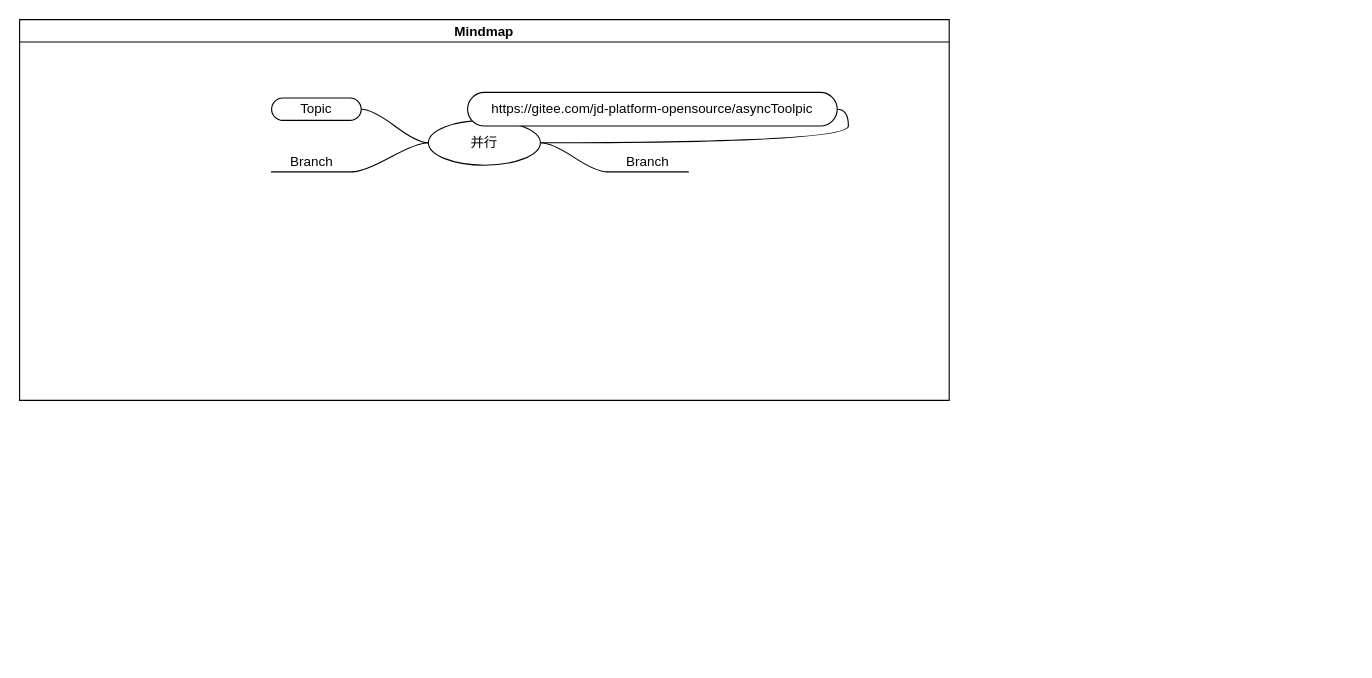
The draw.io diagram draw/多线程.drawio in yaniv-walker/note_images, before the edit. Source tidied: cells renumbered, new cells numbered last; positions are measured from the earlier drawing's top-left corner, leaving out a move shared by most shapes. Both pictures are drawn from the tidied source at 112%, with x=0, y=0 at pixel (19, 19).
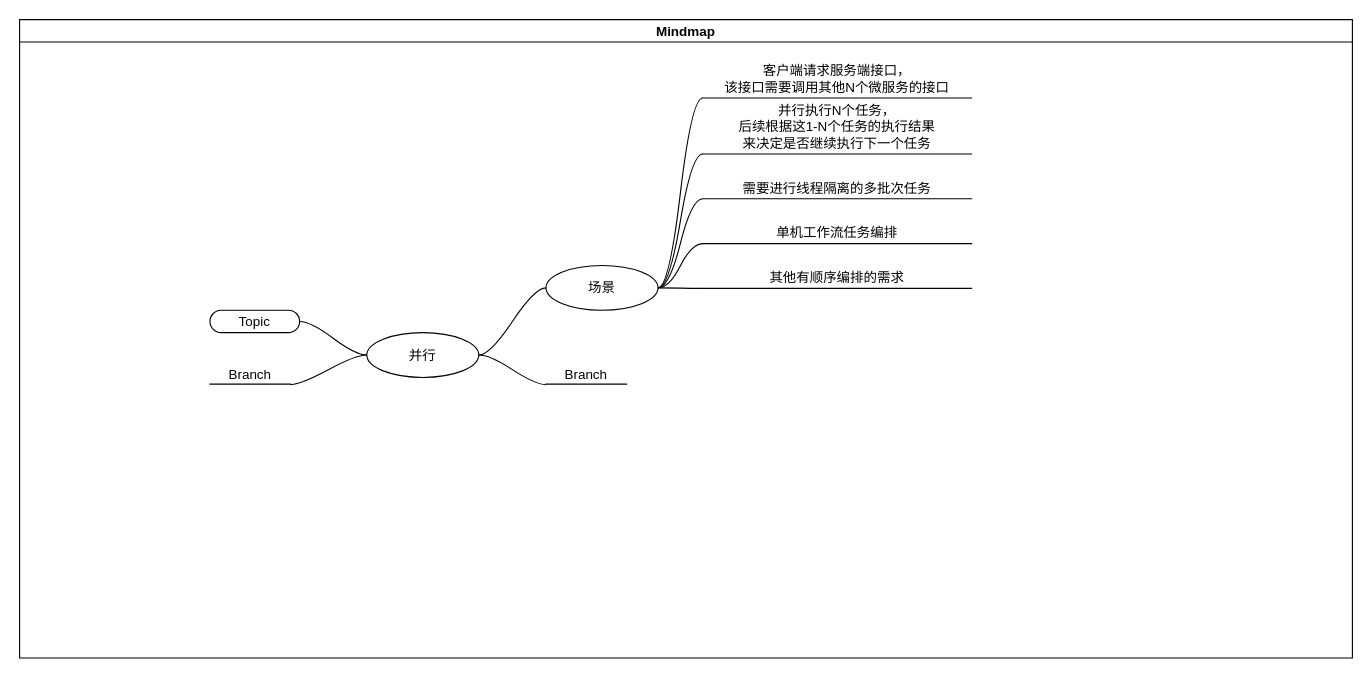
After the change.

Commit message:
更新多线程.drawio

What changed in the source:
```diff
@@
     <mxCell id="2" value="Mindmap" style="swimlane;startSize=20;horizontal=1;containerType=tree;" parent="1" vertex="1">
-      <mxGeometry width="830" height="340" as="geometry" />
+      <mxGeometry width="1190" height="570" as="geometry" />
     </mxCell>
-    <mxCell id="3" style="edgeStyle=entityRelationEdgeStyle;startArrow=none;endArrow=none;segment=10;curved=1;sourcePerimeterSpacing=0;targetPerimeterSpacing=0;rounded=0;" parent="2" edge="1" source="7" target="8">
-      <mxGeometry relative="1" as="geometry" />
-    </mxCell>
@@
     <mxCell id="7" value="并行" style="ellipse;whiteSpace=wrap;html=1;align=center;newEdgeStyle={&quot;edgeStyle&quot;:&quot;entityRelationEdgeStyle&quot;,&quot;startArrow&quot;:&quot;none&quot;,&quot;endArrow&quot;:&quot;none&quot;,&quot;segment&quot;:10,&quot;curved&quot;:1,&quot;sourcePerimeterSpacing&quot;:0,&quot;targetPerimeterSpacing&quot;:0};" parent="2" vertex="1">
-      <mxGeometry x="365" y="90" width="100" height="40" as="geometry" />
+      <mxGeometry x="310" y="279.5" width="100" height="40" as="geometry" />
     </mxCell>
-    <mxCell id="8" value="https://gitee.com/jd-platform-opensource/asyncToolpic" style="whiteSpace=wrap;html=1;rounded=1;arcSize=50;align=center;verticalAlign=middle;strokeWidth=1;spacing=4;newEdgeStyle={&quot;edgeStyle&quot;:&quot;entityRelationEdgeStyle&quot;,&quot;startArrow&quot;:&quot;none&quot;,&quot;endArrow&quot;:&quot;none&quot;,&quot;segment&quot;:10,&quot;curved&quot;:1,&quot;sourcePerimeterSpacing&quot;:0,&quot;targetPerimeterSpacing&quot;:0};" parent="2" vertex="1">
-      <mxGeometry x="400" y="65" width="330" height="30" as="geometry" />
-    </mxCell>
     <mxCell id="9" value="Branch" style="whiteSpace=wrap;html=1;shape=partialRectangle;top=0;left=0;bottom=1;right=0;points=[[0,1],[1,1]];fillColor=none;align=center;verticalAlign=bottom;routingCenterY=0.5;snapToPoint=1;newEdgeStyle={&quot;edgeStyle&quot;:&quot;entityRelationEdgeStyle&quot;,&quot;startArrow&quot;:&quot;none&quot;,&quot;endArrow&quot;:&quot;none&quot;,&quot;segment&quot;:10,&quot;curved&quot;:1,&quot;sourcePerimeterSpacing&quot;:0,&quot;targetPerimeterSpacing&quot;:0};" parent="2" vertex="1">
-      <mxGeometry x="525" y="110" width="72" height="26" as="geometry" />
+      <mxGeometry x="470" y="299.5" width="72" height="26" as="geometry" />
     </mxCell>
     <mxCell id="10" value="Topic" style="whiteSpace=wrap;html=1;rounded=1;arcSize=50;align=center;verticalAlign=middle;strokeWidth=1;spacing=4;newEdgeStyle={&quot;edgeStyle&quot;:&quot;entityRelationEdgeStyle&quot;,&quot;startArrow&quot;:&quot;none&quot;,&quot;endArrow&quot;:&quot;none&quot;,&quot;segment&quot;:10,&quot;curved&quot;:1,&quot;sourcePerimeterSpacing&quot;:0,&quot;targetPerimeterSpacing&quot;:0};" parent="2" vertex="1">
-      <mxGeometry x="225" y="70" width="80" height="20" as="geometry" />
+      <mxGeometry x="170" y="259.5" width="80" height="20" as="geometry" />
     </mxCell>
     <mxCell id="11" value="Branch" style="whiteSpace=wrap;html=1;shape=partialRectangle;top=0;left=0;bottom=1;right=0;points=[[0,1],[1,1]];fillColor=none;align=center;verticalAlign=bottom;routingCenterY=0.5;snapToPoint=1;newEdgeStyle={&quot;edgeStyle&quot;:&quot;entityRelationEdgeStyle&quot;,&quot;startArrow&quot;:&quot;none&quot;,&quot;endArrow&quot;:&quot;none&quot;,&quot;segment&quot;:10,&quot;curved&quot;:1,&quot;sourcePerimeterSpacing&quot;:0,&quot;targetPerimeterSpacing&quot;:0};" parent="2" vertex="1">
-      <mxGeometry x="225" y="110" width="72" height="26" as="geometry" />
+      <mxGeometry x="170" y="299.5" width="72" height="26" as="geometry" />
     </mxCell>
+    <mxCell id="12" style="edgeStyle=entityRelationEdgeStyle;rounded=0;jettySize=auto;html=1;startArrow=none;endArrow=none;segment=10;curved=1;sourcePerimeterSpacing=0;targetPerimeterSpacing=0;" parent="2" edge="1" source="7" target="13">
+      <mxGeometry relative="1" as="geometry" />
+    </mxCell>
+    <mxCell id="13" value="场景" style="ellipse;whiteSpace=wrap;html=1;align=center;newEdgeStyle={&quot;edgeStyle&quot;:&quot;entityRelationEdgeStyle&quot;,&quot;startArrow&quot;:&quot;none&quot;,&quot;endArrow&quot;:&quot;none&quot;,&quot;segment&quot;:10,&quot;curved&quot;:1,&quot;sourcePerimeterSpacing&quot;:0,&quot;targetPerimeterSpacing&quot;:0};" parent="2" vertex="1">
+      <mxGeometry x="470" y="219.5" width="100" height="40" as="geometry" />
+    </mxCell>
+    <mxCell id="14" value="客户端请求服务端接口，&lt;br style=&quot;border-color: var(--border-color);&quot;&gt;该接口需要调用其他N个微服务的接口" style="whiteSpace=wrap;html=1;shape=partialRectangle;top=0;left=0;bottom=1;right=0;points=[[0,1],[1,1]];fillColor=none;align=center;verticalAlign=bottom;routingCenterY=0.5;snapToPoint=1;newEdgeStyle={&quot;edgeStyle&quot;:&quot;entityRelationEdgeStyle&quot;,&quot;startArrow&quot;:&quot;none&quot;,&quot;endArrow&quot;:&quot;none&quot;,&quot;segment&quot;:10,&quot;curved&quot;:1,&quot;sourcePerimeterSpacing&quot;:0,&quot;targetPerimeterSpacing&quot;:0};" parent="2" vertex="1">
+      <mxGeometry x="610" y="30" width="240" height="40" as="geometry" />
+    </mxCell>
+    <mxCell id="15" style="edgeStyle=entityRelationEdgeStyle;startArrow=none;endArrow=none;segment=10;curved=1;sourcePerimeterSpacing=0;targetPerimeterSpacing=0;rounded=0;" parent="2" edge="1" source="13" target="14">
+      <mxGeometry x="622" y="145" as="geometry" />
+    </mxCell>
+    <mxCell id="16" style="edgeStyle=entityRelationEdgeStyle;startArrow=none;endArrow=none;segment=10;curved=1;sourcePerimeterSpacing=0;targetPerimeterSpacing=0;rounded=0;" parent="2" edge="1" source="13" target="17">
+      <mxGeometry x="622" y="145" as="geometry" />
+    </mxCell>
+    <mxCell id="17" value="并行执行N个任务，&lt;br style=&quot;border-color: var(--border-color);&quot;&gt;后续根据这1-N个任务的执行结果&lt;br style=&quot;border-color: var(--border-color);&quot;&gt;来决定是否继续执行下一个任务" style="whiteSpace=wrap;html=1;shape=partialRectangle;top=0;left=0;bottom=1;right=0;points=[[0,1],[1,1]];fillColor=none;align=center;verticalAlign=bottom;routingCenterY=0.5;snapToPoint=1;newEdgeStyle={&quot;edgeStyle&quot;:&quot;entityRelationEdgeStyle&quot;,&quot;startArrow&quot;:&quot;none&quot;,&quot;endArrow&quot;:&quot;none&quot;,&quot;segment&quot;:10,&quot;curved&quot;:1,&quot;sourcePerimeterSpacing&quot;:0,&quot;targetPerimeterSpacing&quot;:0};" parent="2" vertex="1">
+      <mxGeometry x="610" y="60" width="240" height="60" as="geometry" />
+    </mxCell>
+    <mxCell id="18" style="edgeStyle=entityRelationEdgeStyle;startArrow=none;endArrow=none;segment=10;curved=1;sourcePerimeterSpacing=0;targetPerimeterSpacing=0;rounded=0;" parent="2" edge="1" source="13" target="19">
+      <mxGeometry x="622" y="145" as="geometry" />
+    </mxCell>
+    <mxCell id="19" value="需要进行线程隔离的多批次任务" style="whiteSpace=wrap;html=1;shape=partialRectangle;top=0;left=0;bottom=1;right=0;points=[[0,1],[1,1]];fillColor=none;align=center;verticalAlign=bottom;routingCenterY=0.5;snapToPoint=1;newEdgeStyle={&quot;edgeStyle&quot;:&quot;entityRelationEdgeStyle&quot;,&quot;startArrow&quot;:&quot;none&quot;,&quot;endArrow&quot;:&quot;none&quot;,&quot;segment&quot;:10,&quot;curved&quot;:1,&quot;sourcePerimeterSpacing&quot;:0,&quot;targetPerimeterSpacing&quot;:0};" parent="2" vertex="1">
+      <mxGeometry x="610" y="130" width="240" height="30" as="geometry" />
+    </mxCell>
+    <mxCell id="20" style="edgeStyle=entityRelationEdgeStyle;startArrow=none;endArrow=none;segment=10;curved=1;sourcePerimeterSpacing=0;targetPerimeterSpacing=0;rounded=0;" parent="2" edge="1" source="13" target="21">
+      <mxGeometry x="622" y="145" as="geometry" />
+    </mxCell>
+    <mxCell id="21" value="单机工作流任务编排" style="whiteSpace=wrap;html=1;shape=partialRectangle;top=0;left=0;bottom=1;right=0;points=[[0,1],[1,1]];fillColor=none;align=center;verticalAlign=bottom;routingCenterY=0.5;snapToPoint=1;newEdgeStyle={&quot;edgeStyle&quot;:&quot;entityRelationEdgeStyle&quot;,&quot;startArrow&quot;:&quot;none&quot;,&quot;endArrow&quot;:&quot;none&quot;,&quot;segment&quot;:10,&quot;curved&quot;:1,&quot;sourcePerimeterSpacing&quot;:0,&quot;targetPerimeterSpacing&quot;:0};" parent="2" vertex="1">
+      <mxGeometry x="610" y="170" width="240" height="30" as="geometry" />
+    </mxCell>
+    <mxCell id="22" style="edgeStyle=entityRelationEdgeStyle;startArrow=none;endArrow=none;segment=10;curved=1;sourcePerimeterSpacing=0;targetPerimeterSpacing=0;rounded=0;" parent="2" edge="1" source="13" target="23">
+      <mxGeometry x="622" y="145" as="geometry" />
+    </mxCell>
+    <mxCell id="23" value="其他有顺序编排的需求" style="whiteSpace=wrap;html=1;shape=partialRectangle;top=0;left=0;bottom=1;right=0;points=[[0,1],[1,1]];fillColor=none;align=center;verticalAlign=bottom;routingCenterY=0.5;snapToPoint=1;newEdgeStyle={&quot;edgeStyle&quot;:&quot;entityRelationEdgeStyle&quot;,&quot;startArrow&quot;:&quot;none&quot;,&quot;endArrow&quot;:&quot;none&quot;,&quot;segment&quot;:10,&quot;curved&quot;:1,&quot;sourcePerimeterSpacing&quot;:0,&quot;targetPerimeterSpacing&quot;:0};" parent="2" vertex="1">
+      <mxGeometry x="610" y="210" width="240" height="30" as="geometry" />
+    </mxCell>
```
